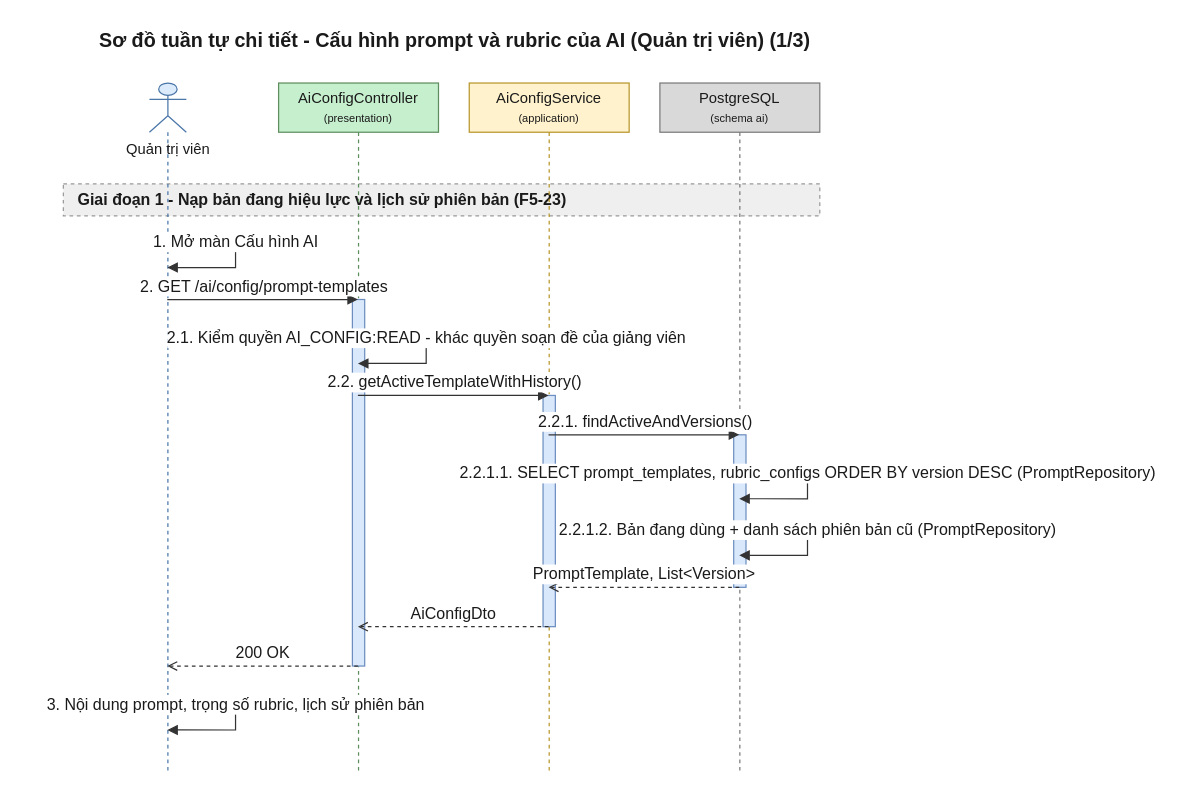
This is 08-diagram/sequence/admin/sequence_admin_cau_hinh_prompt_ai_p1.drawio from daiphu1801/PRJ_ALGOPREP, a draw.io file, before an edit. Source tidied: cells renumbered, new cells numbered last; positions are measured from the earlier drawing's top-left corner, leaving out a move shared by most shapes. Both pictures are drawn from the tidied source at 123%, with x=0, y=0 at pixel (63, 21).
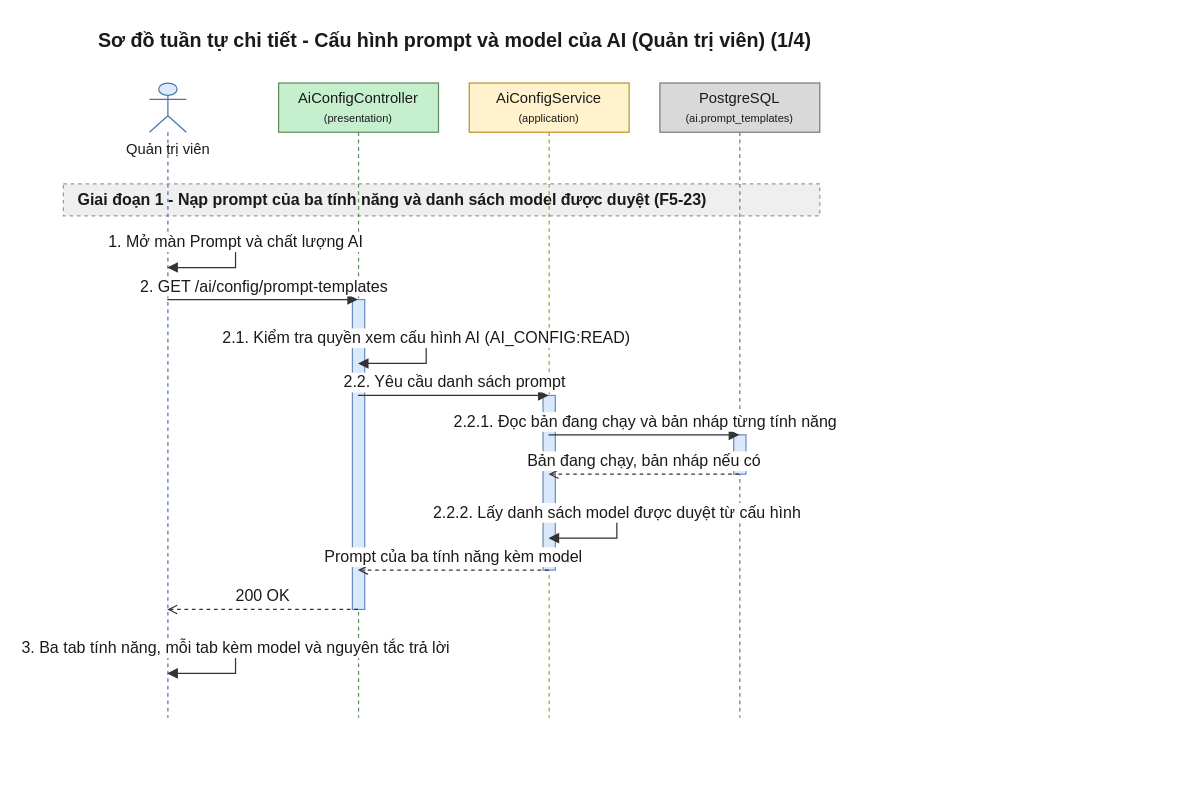
The same page after the edit.

Diff of the diagram source:
```diff
@@
-    <mxCell id="2" value="Sơ đồ tuần tự chi tiết - Cấu hình prompt và rubric của AI (Quản trị viên) (1/3)" style="text;html=1;fontSize=16;fontStyle=1;align=center;verticalAlign=middle;fontColor=#1A1A1A;" parent="1" vertex="1">
+    <mxCell id="2" value="Sơ đồ tuần tự chi tiết - Cấu hình prompt và model của AI (Quản trị viên) (1/4)" style="text;html=1;fontSize=16;fontStyle=1;align=center;verticalAlign=middle;fontColor=#1A1A1A;" parent="1" vertex="1">
       <mxGeometry x="20" width="595" height="30" as="geometry" />
     </mxCell>
-    <mxCell id="3" value="Giai đoạn 1 - Nạp bản đang hiệu lực và lịch sử phiên bản (F5-23)" style="algoprep=phase;rounded=0;whiteSpace=wrap;html=1;fillColor=#EFEFEF;strokeColor=#999999;dashed=1;align=left;verticalAlign=middle;spacingLeft=10;fontColor=#1A1A1A;fontSize=13;fontStyle=1;" parent="1" vertex="1">
+    <mxCell id="3" value="Giai đoạn 1 - Nạp prompt của ba tính năng và danh sách model được duyệt (F5-23)" style="algoprep=phase;rounded=0;whiteSpace=wrap;html=1;fillColor=#EFEFEF;strokeColor=#999999;dashed=1;align=left;verticalAlign=middle;spacingLeft=10;fontColor=#1A1A1A;fontSize=13;fontStyle=1;" parent="1" vertex="1">
       <mxGeometry y="132" width="615" height="26" as="geometry" />
     </mxCell>
     <mxCell id="4" value="Quản trị viên" style="shape=umlLifeline;participant=umlActor;perimeter=lifelinePerimeter;html=1;outlineConnect=0;size=40;verticalAlign=top;spacingTop=40;fillColor=#DCEBFC;strokeColor=#4A76A8;fontColor=#1A1A1A;" parent="1" vertex="1">
-      <mxGeometry x="70" y="50" width="30" height="562" as="geometry" />
+      <mxGeometry x="70" y="50" width="30" height="516" as="geometry" />
     </mxCell>
     <mxCell id="5" value="AiConfigController&lt;br&gt;&lt;font style=&quot;font-size:9px&quot;&gt;(presentation)&lt;/font&gt;" style="shape=umlLifeline;perimeter=lifelinePerimeter;whiteSpace=wrap;html=1;outlineConnect=0;size=40;fillColor=#C6EFCE;strokeColor=#5E8E5E;fontColor=#1A1A1A;" parent="1" vertex="1">
-      <mxGeometry x="175" y="50" width="130" height="562" as="geometry" />
+      <mxGeometry x="175" y="50" width="130" height="516" as="geometry" />
     </mxCell>
     <mxCell id="6" value="AiConfigService&lt;br&gt;&lt;font style=&quot;font-size:9px&quot;&gt;(application)&lt;/font&gt;" style="shape=umlLifeline;perimeter=lifelinePerimeter;whiteSpace=wrap;html=1;outlineConnect=0;size=40;fillColor=#FFF2CC;strokeColor=#B8952A;fontColor=#1A1A1A;" parent="1" vertex="1">
-      <mxGeometry x="330" y="50" width="130" height="562" as="geometry" />
+      <mxGeometry x="330" y="50" width="130" height="516" as="geometry" />
     </mxCell>
-    <mxCell id="7" value="PostgreSQL&lt;br&gt;&lt;font style=&quot;font-size:9px&quot;&gt;(schema ai)&lt;/font&gt;" style="shape=umlLifeline;perimeter=lifelinePerimeter;whiteSpace=wrap;html=1;outlineConnect=0;size=40;fillColor=#D9D9D9;strokeColor=#7A7A7A;fontColor=#1A1A1A;" parent="1" vertex="1">
-      <mxGeometry x="485" y="50" width="130" height="562" as="geometry" />
+    <mxCell id="7" value="PostgreSQL&lt;br&gt;&lt;font style=&quot;font-size:9px&quot;&gt;(ai.prompt_templates)&lt;/font&gt;" style="shape=umlLifeline;perimeter=lifelinePerimeter;whiteSpace=wrap;html=1;outlineConnect=0;size=40;fillColor=#D9D9D9;strokeColor=#7A7A7A;fontColor=#1A1A1A;" parent="1" vertex="1">
+      <mxGeometry x="485" y="50" width="130" height="516" as="geometry" />
     </mxCell>
     <mxCell id="8" style="html=1;perimeter=orthogonalPerimeter;targetShapes=umlLifeline;fillColor=#DAE8FC;strokeColor=#6C8EBF;" parent="7" vertex="1">
-      <mxGeometry x="60" y="286" width="10" height="124" as="geometry" />
+      <mxGeometry x="60" y="286" width="10" height="32" as="geometry" />
     </mxCell>
     <mxCell id="9" style="html=1;perimeter=orthogonalPerimeter;targetShapes=umlLifeline;fillColor=#DAE8FC;strokeColor=#6C8EBF;" parent="6" vertex="1">
-      <mxGeometry x="60" y="254" width="10" height="188" as="geometry" />
+      <mxGeometry x="60" y="254" width="10" height="142" as="geometry" />
     </mxCell>
     <mxCell id="10" style="html=1;perimeter=orthogonalPerimeter;targetShapes=umlLifeline;fillColor=#DAE8FC;strokeColor=#6C8EBF;" parent="5" vertex="1">
-      <mxGeometry x="60" y="176" width="10" height="298" as="geometry" />
+      <mxGeometry x="60" y="176" width="10" height="252" as="geometry" />
     </mxCell>
-    <mxCell id="11" value="1. Mở màn Cấu hình AI" style="edgeStyle=orthogonalEdgeStyle;rounded=0;html=1;endArrow=block;endFill=1;strokeColor=#333333;fontColor=#1A1A1A;fontSize=13;verticalAlign=bottom;exitX=0.5;exitY=0.2313;exitDx=0;exitDy=0;entryX=0.5;entryY=0.2669;entryDx=0;entryDy=0;" parent="1" edge="1" source="4" target="4">
+    <mxCell id="11" value="1. Mở màn Prompt và chất lượng AI" style="edgeStyle=orthogonalEdgeStyle;rounded=0;html=1;endArrow=block;endFill=1;strokeColor=#333333;fontColor=#1A1A1A;fontSize=13;verticalAlign=bottom;exitX=0.5;exitY=0.2519;exitDx=0;exitDy=0;entryX=0.5;entryY=0.2907;entryDx=0;entryDy=0;" parent="1" edge="1" source="4" target="4">
       <mxGeometry relative="1" as="geometry">
         <Array as="points">
           <mxPoint x="140" y="180" />
           <mxPoint x="140" y="200" />
         </Array>
       </mxGeometry>
     </mxCell>
-    <mxCell id="12" value="2. GET /ai/config/prompt-templates" style="edgeStyle=none;html=1;endArrow=block;endFill=1;strokeColor=#333333;fontColor=#1A1A1A;fontSize=13;verticalAlign=bottom;exitX=0.5;exitY=0.3132;exitDx=0;exitDy=0;entryX=0.5;entryY=0.3132;entryDx=0;entryDy=0;" parent="1" edge="1" source="4" target="5">
+    <mxCell id="12" value="2. GET /ai/config/prompt-templates" style="edgeStyle=none;html=1;endArrow=block;endFill=1;strokeColor=#333333;fontColor=#1A1A1A;fontSize=13;verticalAlign=bottom;exitX=0.5;exitY=0.3411;exitDx=0;exitDy=0;entryX=0.5;entryY=0.3411;entryDx=0;entryDy=0;" parent="1" edge="1" source="4" target="5">
       <mxGeometry relative="1" as="geometry" />
     </mxCell>
-    <mxCell id="13" value="2.1. Kiểm quyền AI_CONFIG:READ - khác quyền soạn đề của giảng viên" style="edgeStyle=orthogonalEdgeStyle;rounded=0;html=1;endArrow=block;endFill=1;strokeColor=#333333;fontColor=#1A1A1A;fontSize=13;verticalAlign=bottom;exitX=0.5;exitY=0.3701;exitDx=0;exitDy=0;entryX=0.5;entryY=0.4057;entryDx=0;entryDy=0;" parent="1" edge="1" source="5" target="5">
+    <mxCell id="13" value="2.1. Kiểm tra quyền xem cấu hình AI (AI_CONFIG:READ)" style="edgeStyle=orthogonalEdgeStyle;rounded=0;html=1;endArrow=block;endFill=1;strokeColor=#333333;fontColor=#1A1A1A;fontSize=13;verticalAlign=bottom;exitX=0.5;exitY=0.4031;exitDx=0;exitDy=0;entryX=0.5;entryY=0.4419;entryDx=0;entryDy=0;" parent="1" edge="1" source="5" target="5">
       <mxGeometry relative="1" as="geometry">
         <Array as="points">
           <mxPoint x="295" y="258" />
           <mxPoint x="295" y="278" />
         </Array>
       </mxGeometry>
     </mxCell>
-    <mxCell id="14" value="2.2. getActiveTemplateWithHistory()" style="edgeStyle=none;html=1;endArrow=block;endFill=1;strokeColor=#333333;fontColor=#1A1A1A;fontSize=13;verticalAlign=bottom;exitX=0.5;exitY=0.4520;exitDx=0;exitDy=0;entryX=0.5;entryY=0.4520;entryDx=0;entryDy=0;" parent="1" edge="1" source="5" target="6">
+    <mxCell id="14" value="2.2. Yêu cầu danh sách prompt" style="edgeStyle=none;html=1;endArrow=block;endFill=1;strokeColor=#333333;fontColor=#1A1A1A;fontSize=13;verticalAlign=bottom;exitX=0.5;exitY=0.4922;exitDx=0;exitDy=0;entryX=0.5;entryY=0.4922;entryDx=0;entryDy=0;" parent="1" edge="1" source="5" target="6">
       <mxGeometry relative="1" as="geometry" />
     </mxCell>
-    <mxCell id="15" value="2.2.1. findActiveAndVersions()" style="edgeStyle=none;html=1;endArrow=block;endFill=1;strokeColor=#333333;fontColor=#1A1A1A;fontSize=13;verticalAlign=bottom;exitX=0.5;exitY=0.5089;exitDx=0;exitDy=0;entryX=0.5;entryY=0.5089;entryDx=0;entryDy=0;" parent="1" edge="1" source="6" target="7">
+    <mxCell id="15" value="2.2.1. Đọc bản đang chạy và bản nháp từng tính năng" style="edgeStyle=none;html=1;endArrow=block;endFill=1;strokeColor=#333333;fontColor=#1A1A1A;fontSize=13;verticalAlign=bottom;exitX=0.5;exitY=0.5543;exitDx=0;exitDy=0;entryX=0.5;entryY=0.5543;entryDx=0;entryDy=0;" parent="1" edge="1" source="6" target="7">
       <mxGeometry relative="1" as="geometry" />
     </mxCell>
-    <mxCell id="16" value="2.2.1.1. SELECT prompt_templates, rubric_configs ORDER BY version DESC (PromptRepository)" style="edgeStyle=orthogonalEdgeStyle;rounded=0;html=1;endArrow=block;endFill=1;strokeColor=#333333;fontColor=#1A1A1A;fontSize=13;verticalAlign=bottom;exitX=0.5;exitY=0.5658;exitDx=0;exitDy=0;entryX=0.5;entryY=0.6014;entryDx=0;entryDy=0;" parent="1" edge="1" source="7" target="7">
-      <mxGeometry relative="1" as="geometry">
-        <Array as="points">
-          <mxPoint x="605" y="368" />
-          <mxPoint x="605" y="388" />
-        </Array>
-      </mxGeometry>
+    <mxCell id="16" value="Bản đang chạy, bản nháp nếu có" style="edgeStyle=none;html=1;endArrow=open;endFill=0;dashed=1;strokeColor=#333333;fontColor=#1A1A1A;fontSize=13;verticalAlign=bottom;exitX=0.5;exitY=0.6163;exitDx=0;exitDy=0;entryX=0.5;entryY=0.6163;entryDx=0;entryDy=0;" parent="1" edge="1" source="7" target="6">
+      <mxGeometry relative="1" as="geometry" />
     </mxCell>
-    <mxCell id="17" value="2.2.1.2. Bản đang dùng + danh sách phiên bản cũ (PromptRepository)" style="edgeStyle=orthogonalEdgeStyle;rounded=0;html=1;endArrow=block;endFill=1;strokeColor=#333333;fontColor=#1A1A1A;fontSize=13;verticalAlign=bottom;exitX=0.5;exitY=0.6477;exitDx=0;exitDy=0;entryX=0.5;entryY=0.6833;entryDx=0;entryDy=0;" parent="1" edge="1" source="7" target="7">
+    <mxCell id="17" value="2.2.2. Lấy danh sách model được duyệt từ cấu hình" style="edgeStyle=orthogonalEdgeStyle;rounded=0;html=1;endArrow=block;endFill=1;strokeColor=#333333;fontColor=#1A1A1A;fontSize=13;verticalAlign=bottom;exitX=0.5;exitY=0.6783;exitDx=0;exitDy=0;entryX=0.5;entryY=0.7171;entryDx=0;entryDy=0;" parent="1" edge="1" source="6" target="6">
       <mxGeometry relative="1" as="geometry">
         <Array as="points">
-          <mxPoint x="605" y="414" />
-          <mxPoint x="605" y="434" />
+          <mxPoint x="450" y="400" />
+          <mxPoint x="450" y="420" />
         </Array>
       </mxGeometry>
     </mxCell>
-    <mxCell id="18" value="PromptTemplate, List&amp;lt;Version&amp;gt;" style="edgeStyle=none;html=1;endArrow=open;endFill=0;dashed=1;strokeColor=#333333;fontColor=#1A1A1A;fontSize=13;verticalAlign=bottom;exitX=0.5;exitY=0.7295;exitDx=0;exitDy=0;entryX=0.5;entryY=0.7295;entryDx=0;entryDy=0;" parent="1" edge="1" source="7" target="6">
+    <mxCell id="18" value="Prompt của ba tính năng kèm model" style="edgeStyle=none;html=1;endArrow=open;endFill=0;dashed=1;strokeColor=#333333;fontColor=#1A1A1A;fontSize=13;verticalAlign=bottom;exitX=0.5;exitY=0.7674;exitDx=0;exitDy=0;entryX=0.5;entryY=0.7674;entryDx=0;entryDy=0;" parent="1" edge="1" source="6" target="5">
       <mxGeometry relative="1" as="geometry" />
     </mxCell>
-    <mxCell id="19" value="AiConfigDto" style="edgeStyle=none;html=1;endArrow=open;endFill=0;dashed=1;strokeColor=#333333;fontColor=#1A1A1A;fontSize=13;verticalAlign=bottom;exitX=0.5;exitY=0.7865;exitDx=0;exitDy=0;entryX=0.5;entryY=0.7865;entryDx=0;entryDy=0;" parent="1" edge="1" source="6" target="5">
+    <mxCell id="19" value="200 OK" style="edgeStyle=none;html=1;endArrow=open;endFill=0;dashed=1;strokeColor=#333333;fontColor=#1A1A1A;fontSize=13;verticalAlign=bottom;exitX=0.5;exitY=0.8295;exitDx=0;exitDy=0;entryX=0.5;entryY=0.8295;entryDx=0;entryDy=0;" parent="1" edge="1" source="5" target="4">
       <mxGeometry relative="1" as="geometry" />
     </mxCell>
-    <mxCell id="20" value="200 OK" style="edgeStyle=none;html=1;endArrow=open;endFill=0;dashed=1;strokeColor=#333333;fontColor=#1A1A1A;fontSize=13;verticalAlign=bottom;exitX=0.5;exitY=0.8434;exitDx=0;exitDy=0;entryX=0.5;entryY=0.8434;entryDx=0;entryDy=0;" parent="1" edge="1" source="5" target="4">
-      <mxGeometry relative="1" as="geometry" />
+    <mxCell id="20" value="3. Ba tab tính năng, mỗi tab kèm model và nguyên tắc trả lời" style="edgeStyle=orthogonalEdgeStyle;rounded=0;html=1;endArrow=block;endFill=1;strokeColor=#333333;fontColor=#1A1A1A;fontSize=13;verticalAlign=bottom;exitX=0.5;exitY=0.8915;exitDx=0;exitDy=0;entryX=0.5;entryY=0.9302;entryDx=0;entryDy=0;" parent="1" edge="1" source="4" target="4">
+      <mxGeometry relative="1" as="geometry">
+        <Array as="points">
+          <mxPoint x="140" y="510" />
+          <mxPoint x="140" y="530" />
+        </Array>
+      </mxGeometry>
     </mxCell>
-    <mxCell id="21" value="3. Nội dung prompt, trọng số rubric, lịch sử phiên bản" style="edgeStyle=orthogonalEdgeStyle;rounded=0;html=1;endArrow=block;endFill=1;strokeColor=#333333;fontColor=#1A1A1A;fontSize=13;verticalAlign=bottom;exitX=0.5;exitY=0.9004;exitDx=0;exitDy=0;entryX=0.5;entryY=0.9359;entryDx=0;entryDy=0;" parent="1" edge="1" source="4" target="4">
-      <mxGeometry relative="1" as="geometry">
-        <Array as="points">
-          <mxPoint x="140" y="556" />
-          <mxPoint x="140" y="576" />
-        </Array>
-      </mxGeometry>
-    </mxCell>
```
